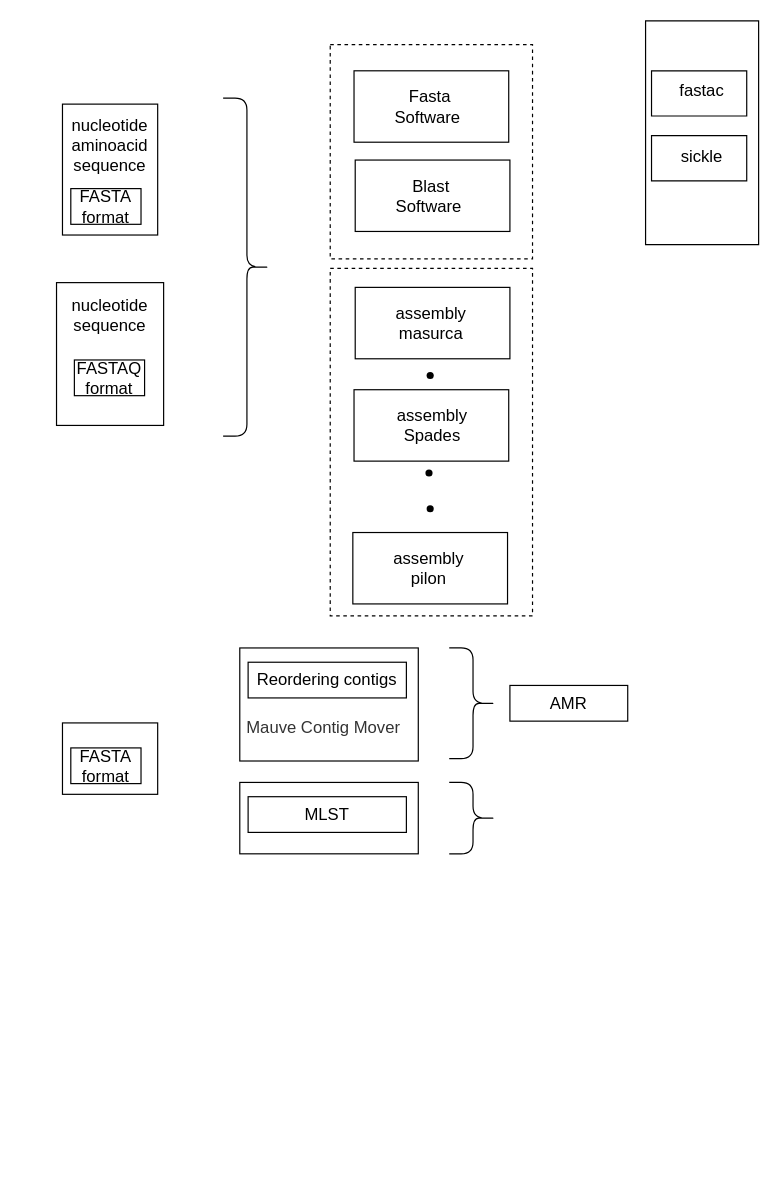
ldipotetjob/genx keeps this draw.io diagram as fastaFormat.drawio. Above is the earlier version. Source tidied: cells renumbered, new cells numbered last; positions are measured from the earlier drawing's top-left corner, leaving out a move shared by most shapes. Both pictures are drawn from the tidied source at 119%, with x=0, y=0 at pixel (20, 20).
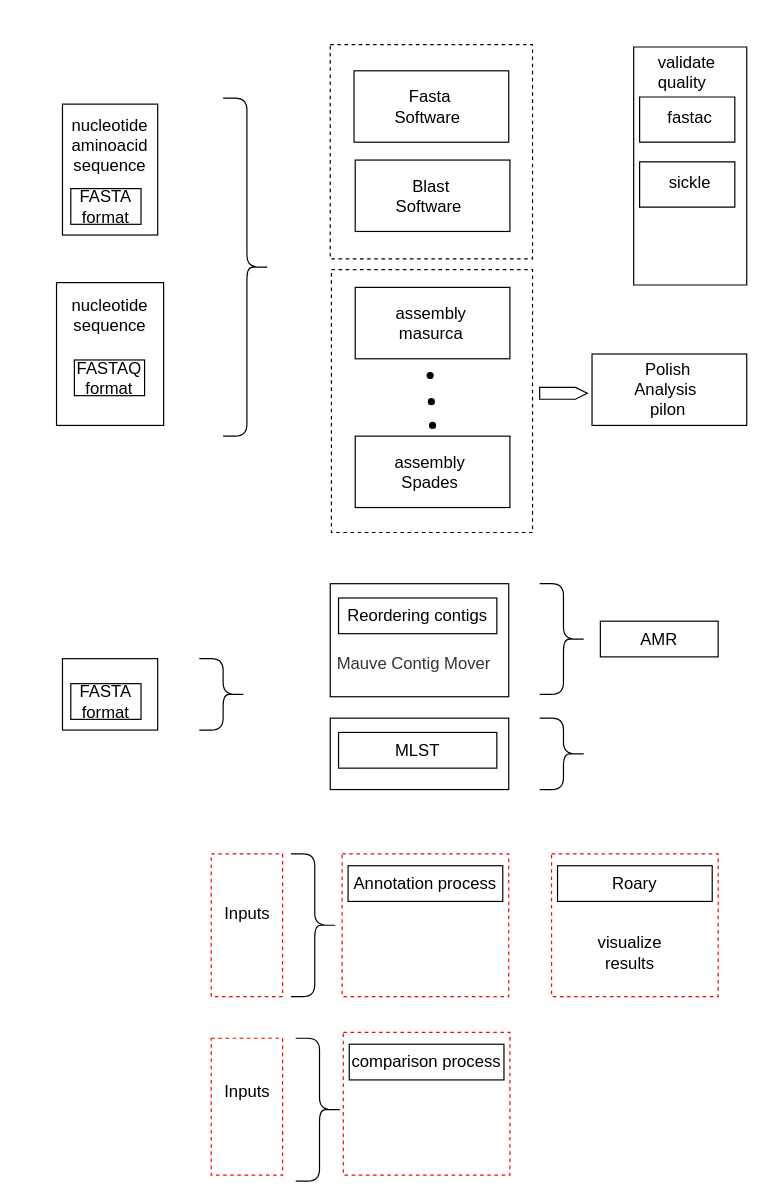
After the change.

Commit message:
Adding uncompleted processes

The edit, as a diff of the source:
```diff
@@
     <mxCell id="12" style="rounded=0;whiteSpace=wrap;html=1;" parent="1" vertex="1">
-      <mxGeometry x="279" y="430" width="130" height="60" as="geometry" />
+      <mxGeometry x="480" y="280" width="130" height="60" as="geometry" />
     </mxCell>
-    <mxCell id="13" value="&lt;font style=&quot;font-size: 14px&quot;&gt;assembly&lt;br&gt;pilon&lt;br&gt;&lt;/font&gt;" style="text;html=1;strokeColor=none;fillColor=none;align=center;verticalAlign=middle;whiteSpace=wrap;rounded=0;" parent="1" vertex="1">
-      <mxGeometry x="309" y="447.5" width="68" height="25" as="geometry" />
+    <mxCell id="13" value="&lt;font style=&quot;font-size: 14px&quot;&gt;Polish Analysis&amp;nbsp;&lt;br&gt;pilon&lt;br&gt;&lt;/font&gt;" style="text;html=1;strokeColor=none;fillColor=none;align=center;verticalAlign=middle;whiteSpace=wrap;rounded=0;" parent="1" vertex="1">
+      <mxGeometry x="510" y="297.5" width="68" height="25" as="geometry" />
     </mxCell>
@@
     <mxCell id="15" style="shape=waypoint;sketch=0;fillStyle=solid;size=6;fillColor=none;perimeter=centerPerimeter;dashed=1;strokeColor=#000000;" parent="1" vertex="1">
-      <mxGeometry x="323" y="360" width="40" height="40" as="geometry" />
+      <mxGeometry x="325" y="300" width="40" height="40" as="geometry" />
     </mxCell>
@@
     <mxCell id="17" style="shape=waypoint;sketch=0;fillStyle=solid;size=6;fillColor=none;perimeter=centerPerimeter;dashed=1;strokeColor=#000000;" parent="1" vertex="1">
-      <mxGeometry x="324" y="390" width="40" height="40" as="geometry" />
+      <mxGeometry x="326" y="320" width="40" height="40" as="geometry" />
     </mxCell>
@@
     <mxCell id="22" style="rounded=0;whiteSpace=wrap;html=1;dashed=1;strokeColor=#000000;fillColor=none;" parent="1" vertex="1">
-      <mxGeometry x="260" y="208" width="170" height="292" as="geometry" />
+      <mxGeometry x="261" y="209" width="169" height="221" as="geometry" />
     </mxCell>
     <mxCell id="23" style="verticalLabelPosition=bottom;verticalAlign=top;html=1;shape=mxgraph.basic.rect;fillColor2=none;strokeWidth=1;size=20;indent=5;fillColor=none;" parent="1" vertex="1">
-      <mxGeometry x="530" y="42" width="80" height="38" as="geometry" />
+      <mxGeometry x="520" y="64" width="80" height="38" as="geometry" />
     </mxCell>
     <mxCell id="24" value="&lt;font style=&quot;font-size: 14px&quot;&gt;fastac&lt;br&gt;&lt;/font&gt;" style="text;html=1;strokeColor=none;fillColor=none;align=center;verticalAlign=middle;whiteSpace=wrap;rounded=0;" parent="1" vertex="1">
-      <mxGeometry x="535" y="48.5" width="75" height="21.5" as="geometry" />
+      <mxGeometry x="525" y="70.5" width="75" height="21.5" as="geometry" />
     </mxCell>
     <mxCell id="25" style="verticalLabelPosition=bottom;verticalAlign=top;html=1;shape=mxgraph.basic.rect;fillColor2=none;strokeWidth=1;size=20;indent=5;fillColor=none;" parent="1" vertex="1">
-      <mxGeometry x="530" y="96.5" width="80" height="38" as="geometry" />
+      <mxGeometry x="520" y="118.5" width="80" height="38" as="geometry" />
     </mxCell>
     <mxCell id="26" value="&lt;font style=&quot;font-size: 14px&quot;&gt;sickle&lt;br&gt;&lt;/font&gt;" style="text;html=1;strokeColor=none;fillColor=none;align=center;verticalAlign=middle;whiteSpace=wrap;rounded=0;" parent="1" vertex="1">
-      <mxGeometry x="535" y="103" width="75" height="21.5" as="geometry" />
+      <mxGeometry x="525" y="125" width="75" height="21.5" as="geometry" />
     </mxCell>
     <mxCell id="27" value="&lt;font style=&quot;font-size: 14px&quot;&gt;assembly&lt;br&gt;Spades&lt;br&gt;&lt;/font&gt;" style="text;html=1;strokeColor=none;fillColor=none;align=center;verticalAlign=middle;whiteSpace=wrap;rounded=0;" parent="1" vertex="1">
-      <mxGeometry x="312" y="327.5" width="68" height="25" as="geometry" />
+      <mxGeometry x="310" y="366.5" width="68" height="25" as="geometry" />
     </mxCell>
     <mxCell id="28" style="rounded=0;whiteSpace=wrap;html=1;fillColor=none;" parent="1" vertex="1">
-      <mxGeometry x="280" y="310" width="130" height="60" as="geometry" />
+      <mxGeometry x="281" y="349" width="130" height="60" as="geometry" />
     </mxCell>
     <mxCell id="29" style="rounded=0;whiteSpace=wrap;html=1;fillColor=none;" parent="1" vertex="1">
-      <mxGeometry x="35" y="590" width="80" height="60" as="geometry" />
+      <mxGeometry x="35" y="536" width="80" height="60" as="geometry" />
     </mxCell>
     <mxCell id="30" value="&lt;span style=&quot;font-size: 14px&quot;&gt;FASTA format&lt;/span&gt;" style="text;html=1;align=center;verticalAlign=middle;whiteSpace=wrap;rounded=0;strokeColor=#000000;" parent="1" vertex="1">
-      <mxGeometry x="42" y="611" width="59" height="30" as="geometry" />
+      <mxGeometry x="42" y="557" width="59" height="30" as="geometry" />
     </mxCell>
     <mxCell id="31" style="rounded=0;whiteSpace=wrap;html=1;fillColor=none;" parent="1" vertex="1">
-      <mxGeometry x="184" y="527" width="150" height="95" as="geometry" />
+      <mxGeometry x="260" y="473" width="150" height="95" as="geometry" />
     </mxCell>
     <mxCell id="32" value="&lt;span style=&quot;font-size: 14px&quot;&gt;Reordering contigs&lt;/span&gt;" style="text;html=1;align=center;verticalAlign=middle;whiteSpace=wrap;rounded=0;strokeColor=#000000;" parent="1" vertex="1">
-      <mxGeometry x="191" y="539" width="133" height="30" as="geometry" />
+      <mxGeometry x="267" y="485" width="133" height="30" as="geometry" />
     </mxCell>
     <mxCell id="33" style="shape=curlyBracket;whiteSpace=wrap;html=1;rounded=1;flipH=1;strokeColor=#000000;fillColor=none;" parent="1" vertex="1">
-      <mxGeometry x="360" y="527" width="40" height="93" as="geometry" />
+      <mxGeometry x="436" y="473" width="40" height="93" as="geometry" />
     </mxCell>
     <mxCell id="34" value="&lt;h3 style=&quot;color: rgb(51 , 51 , 51) ; text-align: left ; background-color: rgb(255 , 255 , 255)&quot;&gt;&lt;font style=&quot;font-weight: normal ; font-size: 14px&quot;&gt;Mauve Contig Mover&lt;/font&gt;&lt;/h3&gt;" style="text;html=1;align=center;verticalAlign=middle;strokeColor=none;fontFamily=Helvetica;" parent="1" vertex="1">
-      <mxGeometry x="184" y="569" width="140" height="50" as="geometry" />
+      <mxGeometry x="260" y="515" width="140" height="50" as="geometry" />
     </mxCell>
     <mxCell id="35" style="rounded=0;whiteSpace=wrap;html=1;fillColor=none;" parent="1" vertex="1">
-      <mxGeometry x="184" y="640" width="150" height="60" as="geometry" />
+      <mxGeometry x="260" y="586" width="150" height="60" as="geometry" />
     </mxCell>
     <mxCell id="36" value="&lt;span style=&quot;font-size: 14px&quot;&gt;MLST&lt;/span&gt;" style="text;html=1;align=center;verticalAlign=middle;whiteSpace=wrap;rounded=0;strokeColor=#000000;" parent="1" vertex="1">
-      <mxGeometry x="191" y="652" width="133" height="30" as="geometry" />
+      <mxGeometry x="267" y="598" width="133" height="30" as="geometry" />
     </mxCell>
     <mxCell id="37" style="shape=curlyBracket;whiteSpace=wrap;html=1;rounded=1;flipH=1;strokeColor=#000000;fillColor=none;" parent="1" vertex="1">
-      <mxGeometry x="360" y="640" width="40" height="60" as="geometry" />
+      <mxGeometry x="436" y="586" width="40" height="60" as="geometry" />
     </mxCell>
     <mxCell id="38" style="verticalLabelPosition=bottom;verticalAlign=top;html=1;shape=mxgraph.basic.rect;fillColor2=none;strokeWidth=1;size=20;indent=5;fillColor=none;" parent="1" vertex="1">
-      <mxGeometry x="525" width="95" height="188" as="geometry" />
+      <mxGeometry x="515" y="22" width="95" height="200" as="geometry" />
     </mxCell>
     <mxCell id="39" value="&lt;span style=&quot;font-size: 14px&quot;&gt;AMR&lt;/span&gt;" style="text;html=1;align=center;verticalAlign=middle;whiteSpace=wrap;rounded=0;strokeColor=#000000;" parent="1" vertex="1">
-      <mxGeometry x="411" y="558.5" width="99" height="30" as="geometry" />
+      <mxGeometry x="487" y="504.5" width="99" height="30" as="geometry" />
     </mxCell>
+    <mxCell id="40" value="&lt;div style=&quot;text-align: center&quot;&gt;&lt;font face=&quot;helvetica&quot;&gt;&lt;span style=&quot;font-size: 14px&quot;&gt;&amp;nbsp; &amp;nbsp;validate&amp;nbsp;&lt;/span&gt;&lt;/font&gt;&lt;/div&gt;&lt;div style=&quot;text-align: center&quot;&gt;&lt;span style=&quot;font-family: &amp;#34;helvetica&amp;#34; ; font-size: 14px&quot;&gt;quality&lt;/span&gt;&lt;/div&gt;" style="text;whiteSpace=wrap;html=1;" parent="1" vertex="1">
+      <mxGeometry x="522" y="20" width="75" height="50" as="geometry" />
+    </mxCell>
+    <mxCell id="41" style="shape=curlyBracket;whiteSpace=wrap;html=1;rounded=1;flipH=1;strokeColor=#000000;fillColor=none;" parent="1" vertex="1">
+      <mxGeometry x="150" y="536" width="40" height="60" as="geometry" />
+    </mxCell>
+    <mxCell id="42" style="html=1;shadow=0;dashed=0;align=center;verticalAlign=middle;shape=mxgraph.arrows2.arrow;dy=0;dx=10;notch=0;" parent="1" vertex="1">
+      <mxGeometry x="436" y="308" width="40" height="10" as="geometry" />
+    </mxCell>
+    <mxCell id="43" style="verticalLabelPosition=bottom;verticalAlign=top;html=1;shape=mxgraph.basic.rect;fillColor2=none;strokeWidth=1;size=20;indent=5;dashed=1;fillColor=none;strokeColor=#FF0000;" parent="1" vertex="1">
+      <mxGeometry x="270" y="700" width="140" height="120" as="geometry" />
+    </mxCell>
+    <mxCell id="44" value="&lt;span style=&quot;font-size: 14px&quot;&gt;Annotation process&lt;/span&gt;" style="text;html=1;align=center;verticalAlign=middle;whiteSpace=wrap;rounded=0;strokeColor=#000000;" parent="1" vertex="1">
+      <mxGeometry x="275" y="710" width="130" height="30" as="geometry" />
+    </mxCell>
+    <mxCell id="45" style="verticalLabelPosition=bottom;verticalAlign=top;html=1;shape=mxgraph.basic.rect;fillColor2=none;strokeWidth=1;size=20;indent=5;dashed=1;fillColor=none;strokeColor=#FF0000;" parent="1" vertex="1">
+      <mxGeometry x="271" y="850" width="140" height="120" as="geometry" />
+    </mxCell>
+    <mxCell id="46" value="&lt;span style=&quot;font-size: 14px&quot;&gt;comparison process&lt;/span&gt;" style="text;html=1;align=center;verticalAlign=middle;whiteSpace=wrap;rounded=0;strokeColor=#000000;" parent="1" vertex="1">
+      <mxGeometry x="276" y="860" width="130" height="30" as="geometry" />
+    </mxCell>
+    <mxCell id="47" style="verticalLabelPosition=bottom;verticalAlign=top;html=1;shape=mxgraph.basic.rect;fillColor2=none;strokeWidth=1;size=20;indent=5;dashed=1;fillColor=none;strokeColor=#FF0000;" parent="1" vertex="1">
+      <mxGeometry x="160" y="700" width="60" height="120" as="geometry" />
+    </mxCell>
+    <mxCell id="48" style="verticalLabelPosition=bottom;verticalAlign=top;html=1;shape=mxgraph.basic.rect;fillColor2=none;strokeWidth=1;size=20;indent=5;dashed=1;fillColor=none;strokeColor=#FF0000;" parent="1" vertex="1">
+      <mxGeometry x="160" y="855" width="60" height="115" as="geometry" />
+    </mxCell>
+    <mxCell id="49" value="&lt;font style=&quot;font-size: 14px&quot;&gt;Inputs&lt;/font&gt;" style="text;html=1;align=center;verticalAlign=middle;strokeColor=none;" parent="1" vertex="1">
+      <mxGeometry x="165" y="740" width="50" height="20" as="geometry" />
+    </mxCell>
+    <mxCell id="50" value="&lt;font style=&quot;font-size: 14px&quot;&gt;Inputs&lt;/font&gt;" style="text;html=1;align=center;verticalAlign=middle;strokeColor=none;" parent="1" vertex="1">
+      <mxGeometry x="165" y="890" width="50" height="20" as="geometry" />
+    </mxCell>
+    <mxCell id="51" style="shape=curlyBracket;whiteSpace=wrap;html=1;rounded=1;flipH=1;strokeColor=#000000;fillColor=none;" parent="1" vertex="1">
+      <mxGeometry x="227" y="700" width="40" height="120" as="geometry" />
+    </mxCell>
+    <mxCell id="52" style="shape=curlyBracket;whiteSpace=wrap;html=1;rounded=1;flipH=1;strokeColor=#000000;fillColor=none;" parent="1" vertex="1">
+      <mxGeometry x="231" y="855" width="40" height="120" as="geometry" />
+    </mxCell>
+    <mxCell id="53" style="verticalLabelPosition=bottom;verticalAlign=top;html=1;shape=mxgraph.basic.rect;fillColor2=none;strokeWidth=1;size=20;indent=5;dashed=1;fillColor=none;strokeColor=#FF0000;" parent="1" vertex="1">
+      <mxGeometry x="446" y="700" width="140" height="120" as="geometry" />
+    </mxCell>
+    <mxCell id="54" value="&lt;span style=&quot;font-size: 14px&quot;&gt;Roary&lt;/span&gt;" style="text;html=1;align=center;verticalAlign=middle;whiteSpace=wrap;rounded=0;strokeColor=#000000;" parent="1" vertex="1">
+      <mxGeometry x="451" y="710" width="130" height="30" as="geometry" />
+    </mxCell>
+    <mxCell id="55" value="&lt;div style=&quot;text-align: center&quot;&gt;&lt;font face=&quot;helvetica&quot;&gt;&lt;span style=&quot;font-size: 14px&quot;&gt;visualize results&lt;/span&gt;&lt;/font&gt;&lt;/div&gt;" style="text;whiteSpace=wrap;html=1;" parent="1" vertex="1">
+      <mxGeometry x="476" y="760" width="70" height="40" as="geometry" />
+    </mxCell>
```
